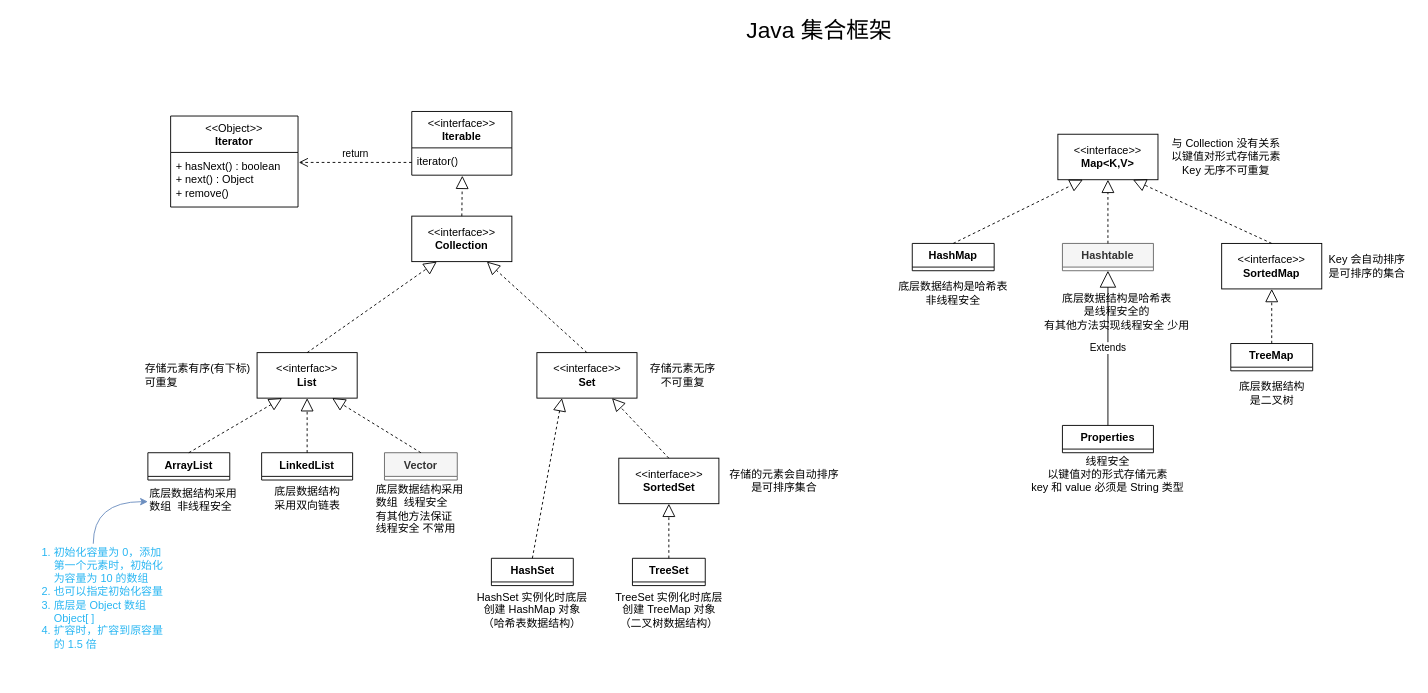
This is Java集合框架.drawio from Bluuur/draw.io, a draw.io file, before an edit. Source tidied: cells renumbered, new cells numbered last; positions are measured from the earlier drawing's top-left corner, leaving out a move shared by most shapes. Both pictures are drawn from the tidied source at 91%, with x=0, y=0 at pixel (15, 15).
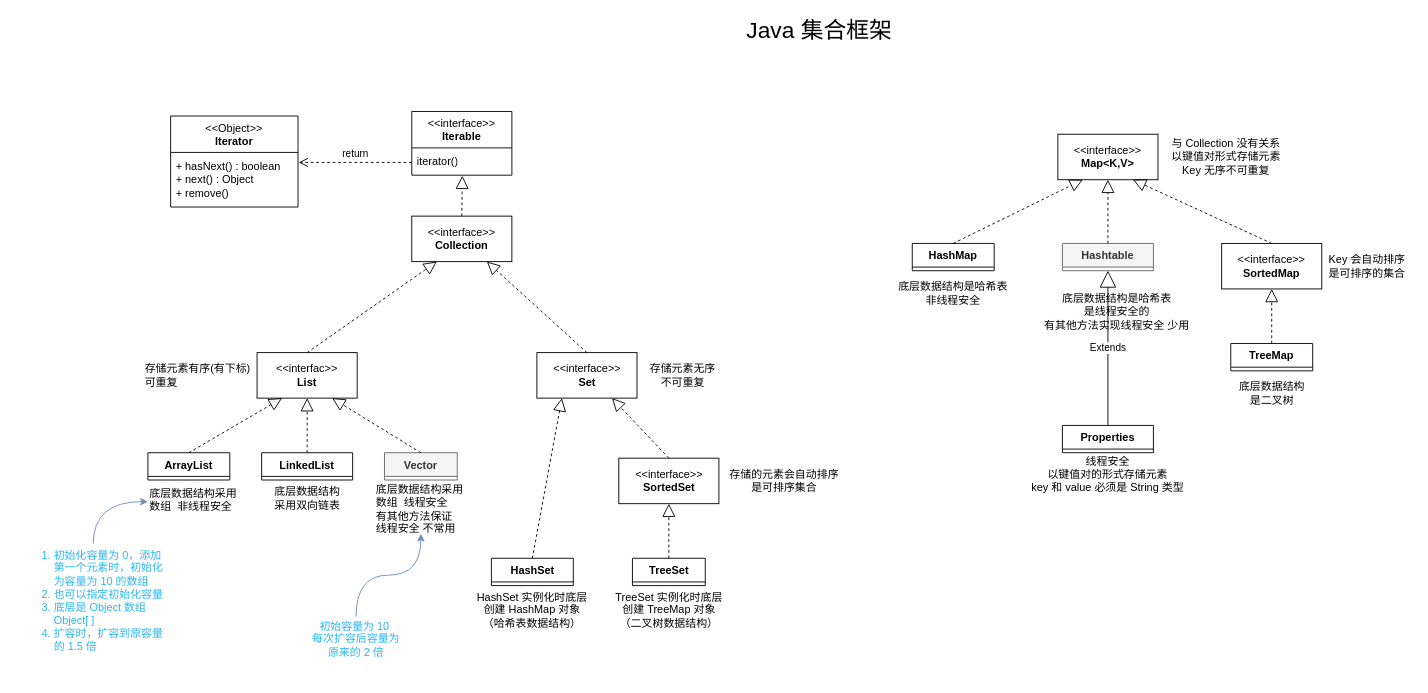
The same diagram, later.

Commit message:
更新Java集合框架.drawio

The change refers to these unchanged cells:
```xml
<mxCell id="33" value="&lt;div style=&quot;text-align: left;&quot;&gt;&lt;span style=&quot;background-color: initial;&quot;&gt;底层数据结构采用数组&amp;nbsp; 线程安全&lt;/span&gt;&lt;/div&gt;&lt;div style=&quot;text-align: left;&quot;&gt;&lt;span style=&quot;background-color: initial;&quot;&gt;有其他方法保证&lt;/span&gt;&lt;/div&gt;&lt;div style=&quot;text-align: left;&quot;&gt;&lt;span style=&quot;background-color: initial;&quot;&gt;线程安全 不常用&lt;/span&gt;&lt;/div&gt;" style="text;html=1;strokeColor=none;fillColor=none;align=center;verticalAlign=middle;whiteSpace=wrap;rounded=0;" parent="1" vertex="1">
  <mxGeometry x="395" y="515" width="100" height="54" as="geometry" />
</mxCell>
```

What changed in the source:
```diff
@@
-    <mxCell id="52" value="&lt;ol&gt;&lt;li&gt;初始化容量为 0，添加第一个元素时，初始化为容量为 10 的数组&lt;/li&gt;&lt;li&gt;也可以指定初始化容量&lt;/li&gt;&lt;li&gt;&lt;span style=&quot;&quot;&gt;底层是 Object 数组 Object[ ]&lt;/span&gt;&lt;/li&gt;&lt;li&gt;&lt;span style=&quot;&quot;&gt;扩容时，扩容到原容量的 1.5 倍&lt;/span&gt;&lt;/li&gt;&lt;/ol&gt;" style="text;html=1;align=left;verticalAlign=middle;whiteSpace=wrap;rounded=1;fontColor=#29b6f2;" parent="1" vertex="1">
-      <mxGeometry y="580" width="170" height="120" as="geometry" />
+    <mxCell id="52" value="&lt;ol&gt;&lt;li&gt;初始化容量为 0，添加第一个元素时，初始化为容量为 10 的数组&lt;/li&gt;&lt;li&gt;也可以指定初始化容量&lt;/li&gt;&lt;li&gt;&lt;span style=&quot;&quot;&gt;底层是 Object 数组 Object[ ]&lt;/span&gt;&lt;/li&gt;&lt;li&gt;&lt;span style=&quot;&quot;&gt;扩容时，扩容到原容量的 1.5 倍&lt;/span&gt;&lt;/li&gt;&lt;/ol&gt;&lt;div&gt;&lt;br&gt;&lt;/div&gt;" style="text;html=1;align=left;verticalAlign=middle;whiteSpace=wrap;rounded=1;fontColor=#29b6f2;" parent="1" vertex="1">
+      <mxGeometry y="580" width="170" height="140" as="geometry" />
     </mxCell>
+    <mxCell id="53" style="edgeStyle=orthogonalEdgeStyle;jettySize=auto;html=1;entryX=0.5;entryY=1;entryDx=0;entryDy=0;curved=1;fillColor=#dae8fc;strokeColor=#6c8ebf;" parent="1" edge="1" source="54" target="33">
+      <mxGeometry relative="1" as="geometry" />
+    </mxCell>
+    <mxCell id="54" value="初始容量为 10&amp;nbsp;&lt;br&gt;每次扩容后容量为原来的 2 倍" style="text;html=1;strokeColor=none;fillColor=none;align=center;verticalAlign=middle;whiteSpace=wrap;rounded=0;fontColor=#26b5f2;labelBackgroundColor=none;" parent="1" vertex="1">
+      <mxGeometry x="320" y="660" width="107.5" height="50" as="geometry" />
+    </mxCell>
```
